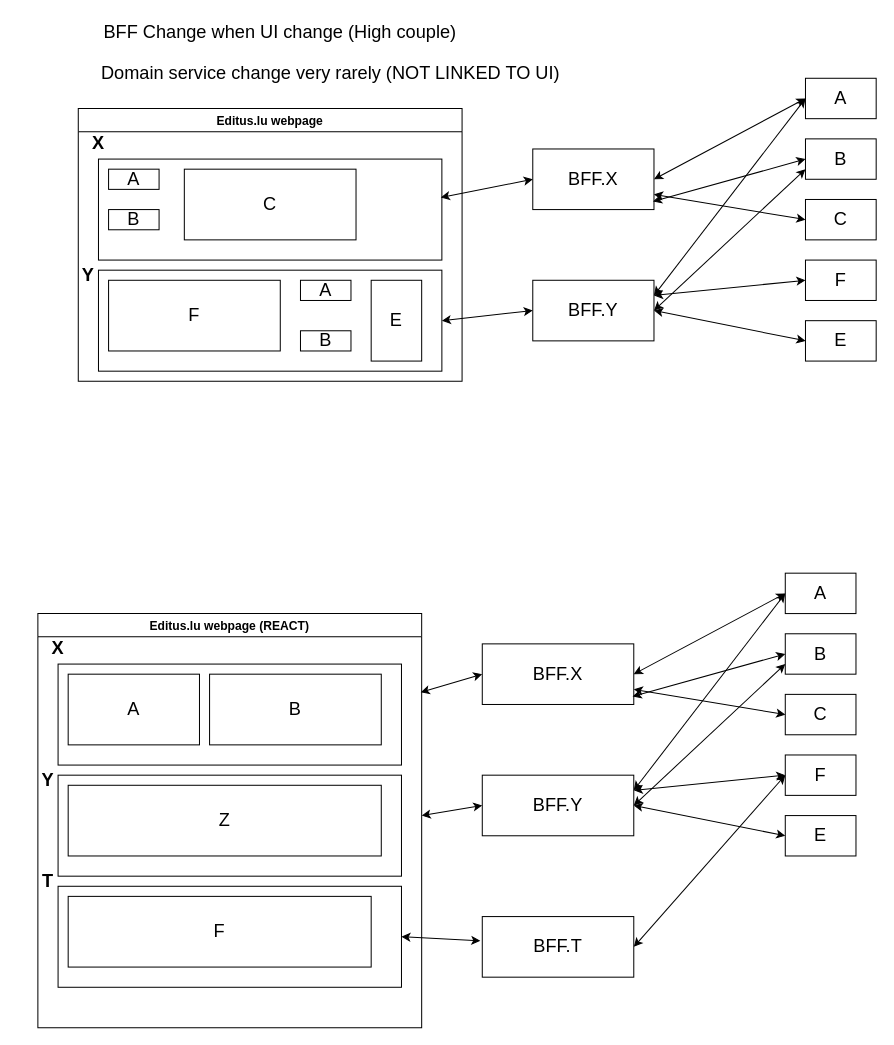
The draw.io diagram ConsoleApp14/Untitled Diagram.drawio in MomoAbda/LeetCode, before the edit. Source tidied: cells renumbered, new cells numbered last; positions are measured from the earlier drawing's top-left corner, leaving out a move shared by most shapes. Both pictures are drawn from the tidied source at 101%, with x=0, y=0 at pixel (17, 17).
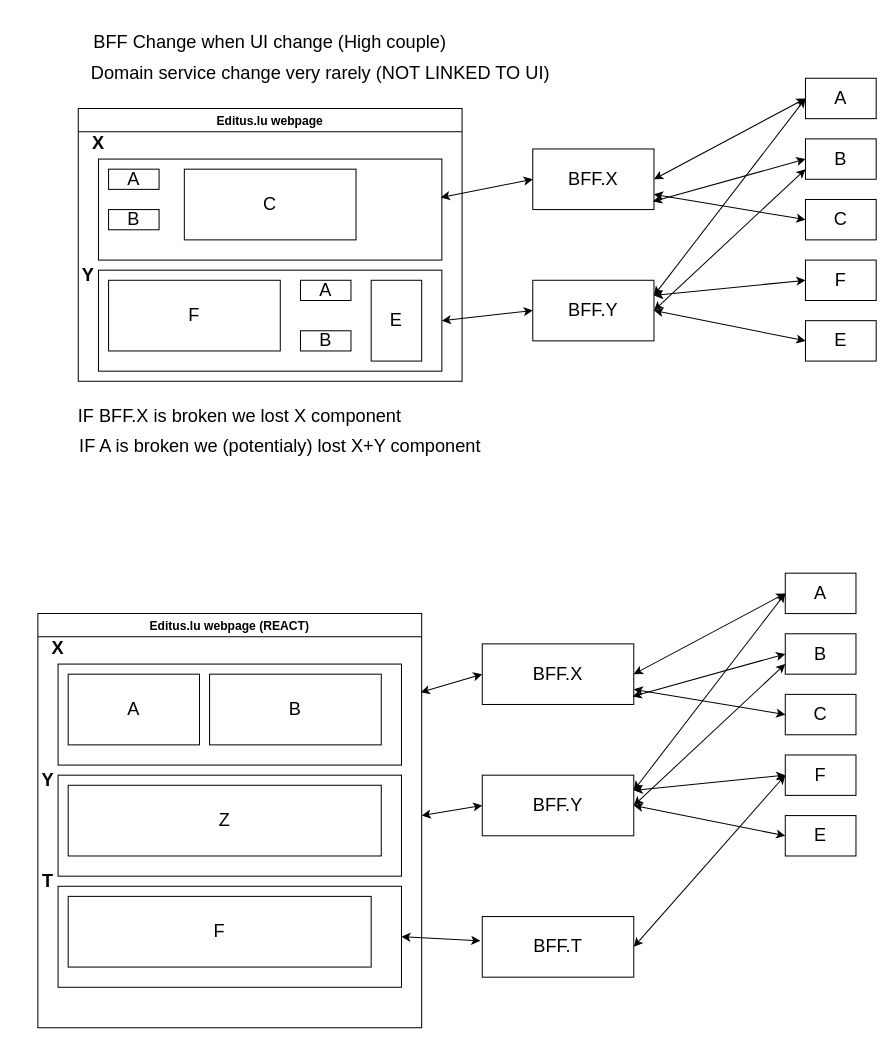
Above is the later version.

Change to the diagram source:
```diff
@@
     <mxCell id="60" value="BFF Change when UI change (High couple)" style="text;html=1;strokeColor=none;fillColor=none;align=center;verticalAlign=middle;whiteSpace=wrap;rounded=0;fontSize=18;" parent="1" vertex="1">
-      <mxGeometry x="60" width="400" height="30" as="geometry" />
+      <mxGeometry x="50" y="10" width="400" height="30" as="geometry" />
     </mxCell>
     <mxCell id="61" value="Domain service change very rarely (NOT LINKED TO UI)" style="text;html=1;strokeColor=none;fillColor=none;align=center;verticalAlign=middle;whiteSpace=wrap;rounded=0;fontSize=18;" parent="1" vertex="1">
-      <mxGeometry x="60" y="40" width="500" height="30" as="geometry" />
+      <mxGeometry x="50" y="40" width="500" height="30" as="geometry" />
     </mxCell>
+    <mxCell id="62" value="IF BFF.X is broken we lost X component" style="text;html=1;strokeColor=none;fillColor=none;align=center;verticalAlign=middle;whiteSpace=wrap;rounded=0;fontSize=18;" parent="1" vertex="1">
+      <mxGeometry x="20" y="380" width="400" height="30" as="geometry" />
+    </mxCell>
+    <mxCell id="63" value="IF A is broken we (potentialy) lost X+Y component" style="text;html=1;strokeColor=none;fillColor=none;align=center;verticalAlign=middle;whiteSpace=wrap;rounded=0;fontSize=18;" parent="1" vertex="1">
+      <mxGeometry x="40" y="410" width="440" height="30" as="geometry" />
+    </mxCell>
```
